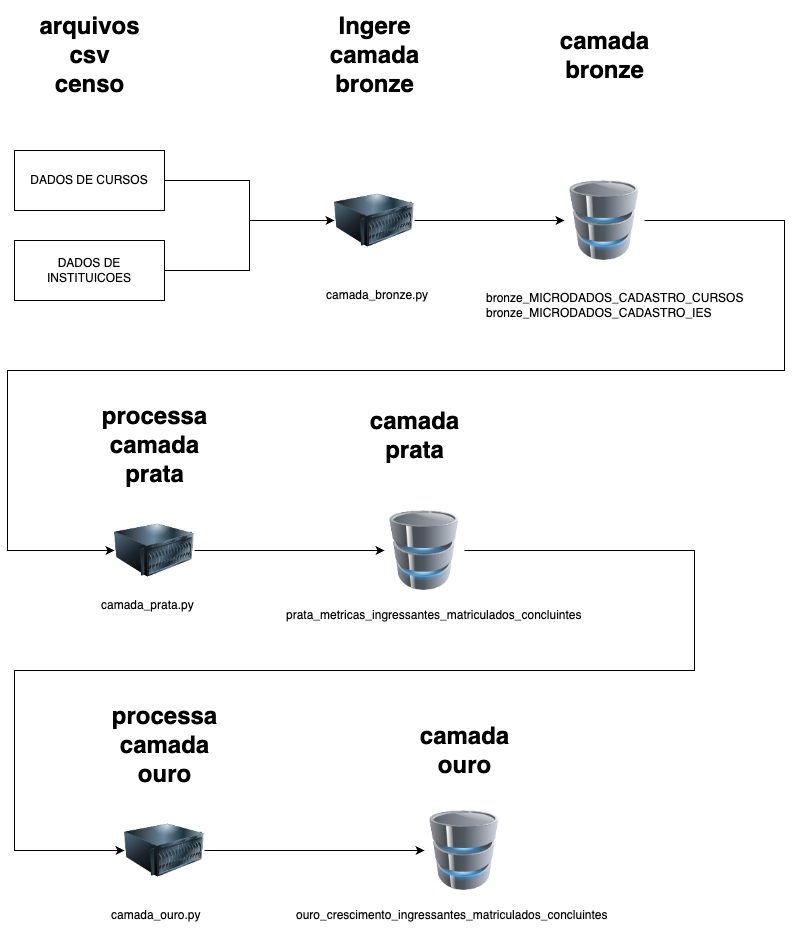
Before: arquitetura/arquitetura.drawio.png, a diagram exported from draw.io (brunoluz/senac-arquitetura-big-data). Source tidied: cells renumbered, new cells last; positions are measured from the earlier drawing's top-left corner, leaving out a move shared by most shapes. Its diagram source:
```xml
<mxGraphModel>
  <root>
    <mxCell id="0" />
    <mxCell id="1" parent="0" />
    <mxCell id="2" style="edgeStyle=orthogonalEdgeStyle;rounded=0;jettySize=auto;html=1;entryX=0;entryY=0.5;entryDx=0;entryDy=0;" parent="1" edge="1" source="3" target="7">
      <mxGeometry relative="1" as="geometry" />
    </mxCell>
    <mxCell id="3" value="DADOS DE CURSOS" style="rounded=0;whiteSpace=wrap;html=1;" parent="1" vertex="1">
      <mxGeometry x="7" y="150" width="150" height="60" as="geometry" />
    </mxCell>
    <mxCell id="4" style="edgeStyle=orthogonalEdgeStyle;rounded=0;jettySize=auto;html=1;entryX=0;entryY=0.5;entryDx=0;entryDy=0;" parent="1" edge="1" source="5" target="7">
      <mxGeometry relative="1" as="geometry" />
    </mxCell>
    <mxCell id="5" value="DADOS DE INSTITUICOES" style="rounded=0;whiteSpace=wrap;html=1;" parent="1" vertex="1">
      <mxGeometry x="7" y="240" width="150" height="60" as="geometry" />
    </mxCell>
    <mxCell id="6" style="edgeStyle=orthogonalEdgeStyle;rounded=0;jettySize=auto;html=1;" parent="1" edge="1" source="7" target="9">
      <mxGeometry relative="1" as="geometry" />
    </mxCell>
    <mxCell id="7" style="image;html=1;image=img/lib/clip_art/computers/Server_128x128.png;" parent="1" vertex="1">
      <mxGeometry x="327" y="180" width="80" height="80" as="geometry" />
    </mxCell>
    <mxCell id="8" style="edgeStyle=orthogonalEdgeStyle;rounded=0;jettySize=auto;html=1;entryX=0;entryY=0.5;entryDx=0;entryDy=0;exitX=1;exitY=0.5;exitDx=0;exitDy=0;" parent="1" edge="1" source="9" target="16">
      <mxGeometry relative="1" as="geometry">
        <Array as="points">
          <mxPoint x="777" y="220" />
          <mxPoint x="777" y="370" />
          <mxPoint y="370" />
          <mxPoint y="550" />
        </Array>
      </mxGeometry>
    </mxCell>
    <mxCell id="9" style="image;html=1;image=img/lib/clip_art/computers/Database_128x128.png;" parent="1" vertex="1">
      <mxGeometry x="557" y="180" width="80" height="80" as="geometry" />
    </mxCell>
    <mxCell id="10" value="Ingere&lt;br&gt;camada&lt;br&gt;bronze" style="text;strokeColor=none;fillColor=none;html=1;fontSize=24;fontStyle=1;verticalAlign=middle;align=center;" parent="1" vertex="1">
      <mxGeometry x="317" width="100" height="110" as="geometry" />
    </mxCell>
    <mxCell id="11" value="arquivos&lt;br&gt;csv&lt;br&gt;censo" style="text;strokeColor=none;fillColor=none;html=1;fontSize=24;fontStyle=1;verticalAlign=middle;align=center;" parent="1" vertex="1">
      <mxGeometry x="19.5" width="125" height="110" as="geometry" />
    </mxCell>
    <mxCell id="12" value="camada&lt;br&gt;bronze" style="text;strokeColor=none;fillColor=none;html=1;fontSize=24;fontStyle=1;verticalAlign=middle;align=center;" parent="1" vertex="1">
      <mxGeometry x="547" width="100" height="110" as="geometry" />
    </mxCell>
    <mxCell id="13" value="&lt;div&gt;bronze_MICRODADOS_CADASTRO_CURSOS&lt;/div&gt;&lt;div&gt;bronze_MICRODADOS_CADASTRO_IES&lt;/div&gt;" style="text;html=1;strokeColor=none;fillColor=none;align=left;verticalAlign=middle;whiteSpace=wrap;rounded=0;" parent="1" vertex="1">
      <mxGeometry x="477" y="290" width="280" height="30" as="geometry" />
    </mxCell>
    <mxCell id="14" style="edgeStyle=orthogonalEdgeStyle;rounded=0;orthogonalLoop=1;jettySize=auto;html=1;exitX=0.5;exitY=1;exitDx=0;exitDy=0;" parent="1" edge="1" source="13" target="13">
      <mxGeometry relative="1" as="geometry" />
    </mxCell>
    <mxCell id="15" style="edgeStyle=orthogonalEdgeStyle;rounded=0;jettySize=auto;html=1;" parent="1" edge="1" source="16" target="21">
      <mxGeometry relative="1" as="geometry" />
    </mxCell>
    <mxCell id="16" style="image;html=1;image=img/lib/clip_art/computers/Server_128x128.png;" parent="1" vertex="1">
      <mxGeometry x="107" y="510" width="80" height="80" as="geometry" />
    </mxCell>
    <mxCell id="17" value="&lt;div&gt;camada_bronze.py&lt;/div&gt;" style="text;html=1;strokeColor=none;fillColor=none;align=left;verticalAlign=middle;whiteSpace=wrap;rounded=0;" parent="1" vertex="1">
      <mxGeometry x="317" y="280" width="110" height="30" as="geometry" />
    </mxCell>
    <mxCell id="18" value="processa&lt;br&gt;camada&lt;br&gt;prata" style="text;strokeColor=none;fillColor=none;html=1;fontSize=24;fontStyle=1;verticalAlign=middle;align=center;" parent="1" vertex="1">
      <mxGeometry x="82" y="390" width="130" height="110" as="geometry" />
    </mxCell>
    <mxCell id="19" value="&lt;div&gt;camada_prata.py&lt;/div&gt;" style="text;html=1;strokeColor=none;fillColor=none;align=left;verticalAlign=middle;whiteSpace=wrap;rounded=0;" parent="1" vertex="1">
      <mxGeometry x="92" y="590" width="110" height="30" as="geometry" />
    </mxCell>
    <mxCell id="20" style="edgeStyle=orthogonalEdgeStyle;rounded=0;jettySize=auto;html=1;entryX=0;entryY=0.5;entryDx=0;entryDy=0;exitX=1;exitY=0.5;exitDx=0;exitDy=0;" parent="1" edge="1" source="21" target="25">
      <mxGeometry relative="1" as="geometry">
        <Array as="points">
          <mxPoint x="687" y="550" />
          <mxPoint x="687" y="670" />
          <mxPoint x="7" y="670" />
          <mxPoint x="7" y="850" />
        </Array>
      </mxGeometry>
    </mxCell>
    <mxCell id="21" style="image;html=1;image=img/lib/clip_art/computers/Database_128x128.png;" parent="1" vertex="1">
      <mxGeometry x="377" y="510" width="80" height="80" as="geometry" />
    </mxCell>
    <mxCell id="22" value="prata_metricas_ingressantes_matriculados_concluintes" style="text;html=1;strokeColor=none;fillColor=none;align=left;verticalAlign=middle;whiteSpace=wrap;rounded=0;" parent="1" vertex="1">
      <mxGeometry x="277" y="600" width="280" height="30" as="geometry" />
    </mxCell>
    <mxCell id="23" value="camada&lt;br&gt;prata" style="text;strokeColor=none;fillColor=none;html=1;fontSize=24;fontStyle=1;verticalAlign=middle;align=center;" parent="1" vertex="1">
      <mxGeometry x="357" y="380" width="100" height="110" as="geometry" />
    </mxCell>
    <mxCell id="24" style="edgeStyle=orthogonalEdgeStyle;rounded=0;jettySize=auto;html=1;" parent="1" edge="1" source="25" target="28">
      <mxGeometry relative="1" as="geometry" />
    </mxCell>
    <mxCell id="25" style="image;html=1;image=img/lib/clip_art/computers/Server_128x128.png;" parent="1" vertex="1">
      <mxGeometry x="117" y="810" width="80" height="80" as="geometry" />
    </mxCell>
    <mxCell id="26" value="processa&lt;br&gt;camada&lt;br&gt;ouro" style="text;strokeColor=none;fillColor=none;html=1;fontSize=24;fontStyle=1;verticalAlign=middle;align=center;" parent="1" vertex="1">
      <mxGeometry x="92" y="690" width="130" height="110" as="geometry" />
    </mxCell>
    <mxCell id="27" value="&lt;div&gt;camada_ouro.py&lt;/div&gt;" style="text;html=1;strokeColor=none;fillColor=none;align=left;verticalAlign=middle;whiteSpace=wrap;rounded=0;" parent="1" vertex="1">
      <mxGeometry x="102" y="900" width="110" height="30" as="geometry" />
    </mxCell>
    <mxCell id="28" style="image;html=1;image=img/lib/clip_art/computers/Database_128x128.png;" parent="1" vertex="1">
      <mxGeometry x="417" y="810" width="80" height="80" as="geometry" />
    </mxCell>
    <mxCell id="29" value="ouro_crescimento_ingressantes_matriculados_concluintes" style="text;html=1;strokeColor=none;fillColor=none;align=left;verticalAlign=middle;whiteSpace=wrap;rounded=0;" parent="1" vertex="1">
      <mxGeometry x="287" y="900" width="350" height="30" as="geometry" />
    </mxCell>
    <mxCell id="30" value="camada&lt;br&gt;ouro" style="text;strokeColor=none;fillColor=none;html=1;fontSize=24;fontStyle=1;verticalAlign=middle;align=center;" parent="1" vertex="1">
      <mxGeometry x="407" y="710" width="100" height="80" as="geometry" />
    </mxCell>
  </root>
</mxGraphModel>
```
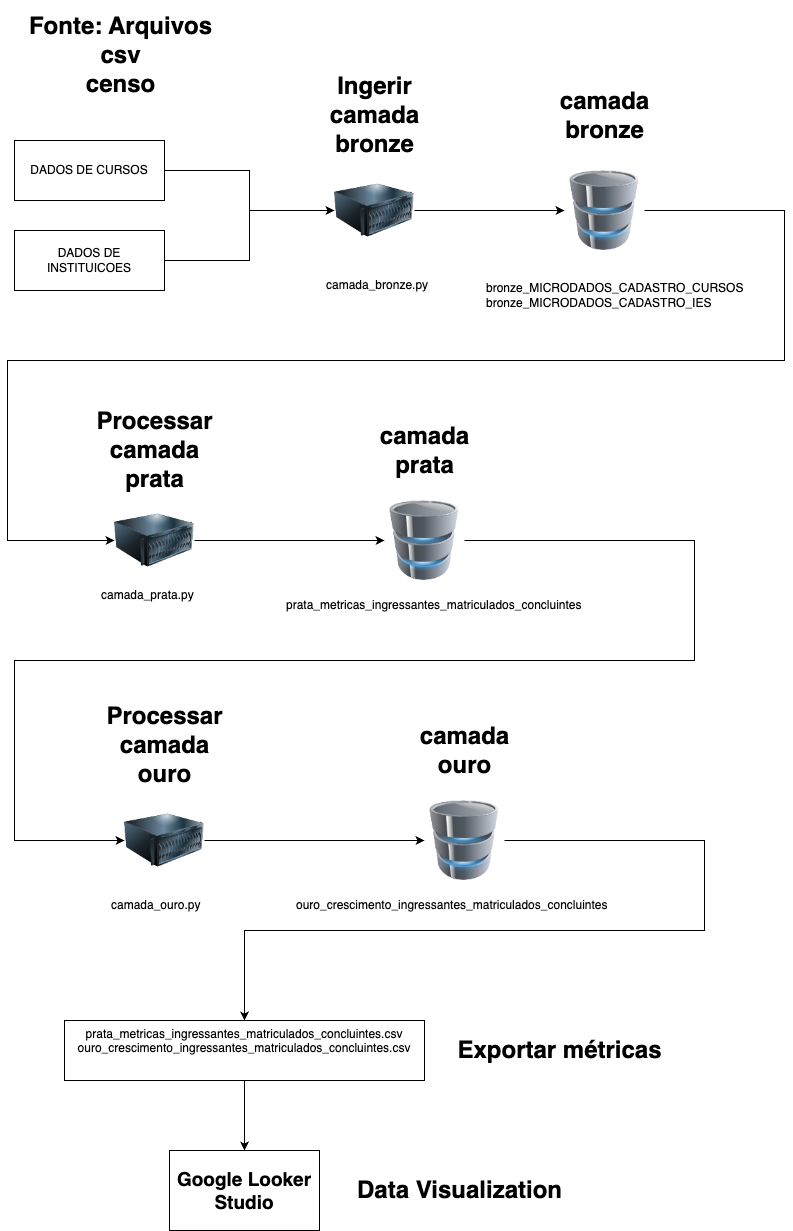
After the commit.

What changed in the source:
```diff
@@ -33,14 +33,14 @@
     <mxCell id="9" style="image;html=1;image=img/lib/clip_art/computers/Database_128x128.png;" parent="1" vertex="1">
       <mxGeometry x="557" y="180" width="80" height="80" as="geometry" />
     </mxCell>
-    <mxCell id="10" value="Ingere&lt;br&gt;camada&lt;br&gt;bronze" style="text;strokeColor=none;fillColor=none;html=1;fontSize=24;fontStyle=1;verticalAlign=middle;align=center;" parent="1" vertex="1">
-      <mxGeometry x="317" width="100" height="110" as="geometry" />
+    <mxCell id="10" value="Ingerir&lt;br&gt;camada&lt;br&gt;bronze" style="text;strokeColor=none;fillColor=none;html=1;fontSize=24;fontStyle=1;verticalAlign=middle;align=center;" parent="1" vertex="1">
+      <mxGeometry x="317" y="70" width="100" height="110" as="geometry" />
     </mxCell>
-    <mxCell id="11" value="arquivos&lt;br&gt;csv&lt;br&gt;censo" style="text;strokeColor=none;fillColor=none;html=1;fontSize=24;fontStyle=1;verticalAlign=middle;align=center;" parent="1" vertex="1">
-      <mxGeometry x="19.5" width="125" height="110" as="geometry" />
+    <mxCell id="11" value="Fonte: Arquivos&lt;br&gt;csv&lt;br&gt;censo" style="text;strokeColor=none;fillColor=none;html=1;fontSize=24;fontStyle=1;verticalAlign=middle;align=center;" parent="1" vertex="1">
+      <mxGeometry x="4.5" y="10" width="217.5" height="110" as="geometry" />
     </mxCell>
     <mxCell id="12" value="camada&lt;br&gt;bronze" style="text;strokeColor=none;fillColor=none;html=1;fontSize=24;fontStyle=1;verticalAlign=middle;align=center;" parent="1" vertex="1">
-      <mxGeometry x="547" width="100" height="110" as="geometry" />
+      <mxGeometry x="547" y="90" width="100" height="70" as="geometry" />
     </mxCell>
     <mxCell id="13" value="&lt;div&gt;bronze_MICRODADOS_CADASTRO_CURSOS&lt;/div&gt;&lt;div&gt;bronze_MICRODADOS_CADASTRO_IES&lt;/div&gt;" style="text;html=1;strokeColor=none;fillColor=none;align=left;verticalAlign=middle;whiteSpace=wrap;rounded=0;" parent="1" vertex="1">
       <mxGeometry x="477" y="290" width="280" height="30" as="geometry" />
@@ -57,8 +57,8 @@
     <mxCell id="17" value="&lt;div&gt;camada_bronze.py&lt;/div&gt;" style="text;html=1;strokeColor=none;fillColor=none;align=left;verticalAlign=middle;whiteSpace=wrap;rounded=0;" parent="1" vertex="1">
       <mxGeometry x="317" y="280" width="110" height="30" as="geometry" />
     </mxCell>
-    <mxCell id="18" value="processa&lt;br&gt;camada&lt;br&gt;prata" style="text;strokeColor=none;fillColor=none;html=1;fontSize=24;fontStyle=1;verticalAlign=middle;align=center;" parent="1" vertex="1">
-      <mxGeometry x="82" y="390" width="130" height="110" as="geometry" />
+    <mxCell id="18" value="Processar&lt;br&gt;camada&lt;br&gt;prata" style="text;strokeColor=none;fillColor=none;html=1;fontSize=24;fontStyle=1;verticalAlign=middle;align=center;" parent="1" vertex="1">
+      <mxGeometry x="82" y="405" width="130" height="110" as="geometry" />
     </mxCell>
     <mxCell id="19" value="&lt;div&gt;camada_prata.py&lt;/div&gt;" style="text;html=1;strokeColor=none;fillColor=none;align=left;verticalAlign=middle;whiteSpace=wrap;rounded=0;" parent="1" vertex="1">
       <mxGeometry x="92" y="590" width="110" height="30" as="geometry" />
@@ -77,10 +77,10 @@
       <mxGeometry x="377" y="510" width="80" height="80" as="geometry" />
     </mxCell>
     <mxCell id="22" value="prata_metricas_ingressantes_matriculados_concluintes" style="text;html=1;strokeColor=none;fillColor=none;align=left;verticalAlign=middle;whiteSpace=wrap;rounded=0;" parent="1" vertex="1">
-      <mxGeometry x="277" y="600" width="280" height="30" as="geometry" />
+      <mxGeometry x="277" y="600" width="310" height="30" as="geometry" />
     </mxCell>
     <mxCell id="23" value="camada&lt;br&gt;prata" style="text;strokeColor=none;fillColor=none;html=1;fontSize=24;fontStyle=1;verticalAlign=middle;align=center;" parent="1" vertex="1">
-      <mxGeometry x="357" y="380" width="100" height="110" as="geometry" />
+      <mxGeometry x="367" y="425" width="100" height="70" as="geometry" />
     </mxCell>
     <mxCell id="24" style="edgeStyle=orthogonalEdgeStyle;rounded=0;jettySize=auto;html=1;" parent="1" edge="1" source="25" target="28">
       <mxGeometry relative="1" as="geometry" />
@@ -88,12 +88,21 @@
     <mxCell id="25" style="image;html=1;image=img/lib/clip_art/computers/Server_128x128.png;" parent="1" vertex="1">
       <mxGeometry x="117" y="810" width="80" height="80" as="geometry" />
     </mxCell>
-    <mxCell id="26" value="processa&lt;br&gt;camada&lt;br&gt;ouro" style="text;strokeColor=none;fillColor=none;html=1;fontSize=24;fontStyle=1;verticalAlign=middle;align=center;" parent="1" vertex="1">
-      <mxGeometry x="92" y="690" width="130" height="110" as="geometry" />
+    <mxCell id="26" value="Processar&lt;br&gt;camada&lt;br&gt;ouro" style="text;strokeColor=none;fillColor=none;html=1;fontSize=24;fontStyle=1;verticalAlign=middle;align=center;" parent="1" vertex="1">
+      <mxGeometry x="92" y="700" width="130" height="110" as="geometry" />
     </mxCell>
     <mxCell id="27" value="&lt;div&gt;camada_ouro.py&lt;/div&gt;" style="text;html=1;strokeColor=none;fillColor=none;align=left;verticalAlign=middle;whiteSpace=wrap;rounded=0;" parent="1" vertex="1">
       <mxGeometry x="102" y="900" width="110" height="30" as="geometry" />
     </mxCell>
+    <mxCell id="31" style="edgeStyle=orthogonalEdgeStyle;rounded=0;jettySize=auto;html=1;exitX=1;exitY=0.5;exitDx=0;exitDy=0;" parent="1" edge="1" source="28" target="33">
+      <mxGeometry relative="1" as="geometry">
+        <Array as="points">
+          <mxPoint x="697" y="850" />
+          <mxPoint x="697" y="940" />
+          <mxPoint x="237" y="940" />
+        </Array>
+      </mxGeometry>
+    </mxCell>
     <mxCell id="28" style="image;html=1;image=img/lib/clip_art/computers/Database_128x128.png;" parent="1" vertex="1">
       <mxGeometry x="417" y="810" width="80" height="80" as="geometry" />
     </mxCell>
@@ -101,7 +110,22 @@
       <mxGeometry x="287" y="900" width="350" height="30" as="geometry" />
     </mxCell>
     <mxCell id="30" value="camada&lt;br&gt;ouro" style="text;strokeColor=none;fillColor=none;html=1;fontSize=24;fontStyle=1;verticalAlign=middle;align=center;" parent="1" vertex="1">
-      <mxGeometry x="407" y="710" width="100" height="80" as="geometry" />
+      <mxGeometry x="407" y="720" width="100" height="80" as="geometry" />
     </mxCell>
+    <mxCell id="32" style="edgeStyle=orthogonalEdgeStyle;rounded=0;jettySize=auto;html=1;" parent="1" edge="1" source="33" target="34">
+      <mxGeometry relative="1" as="geometry" />
+    </mxCell>
+    <mxCell id="33" value="prata_metricas_ingressantes_matriculados_concluintes.csv&lt;br&gt;ouro_crescimento_ingressantes_matriculados_concluintes.csv" style="whiteSpace=wrap;html=1;verticalAlign=top;labelBackgroundColor=default;align=center;" parent="1" vertex="1">
+      <mxGeometry x="57" y="1030" width="360" height="60" as="geometry" />
+    </mxCell>
+    <mxCell id="34" value="Google Looker Studio" style="rounded=0;whiteSpace=wrap;html=1;fontStyle=1;fontSize=19;" parent="1" vertex="1">
+      <mxGeometry x="162" y="1160" width="150" height="80" as="geometry" />
+    </mxCell>
+    <mxCell id="35" value="Exportar métricas" style="text;strokeColor=none;fillColor=none;html=1;fontSize=24;fontStyle=1;verticalAlign=middle;align=center;" parent="1" vertex="1">
+      <mxGeometry x="417" y="1020" width="270" height="80" as="geometry" />
+    </mxCell>
+    <mxCell id="36" value="Data Visualization" style="text;strokeColor=none;fillColor=none;html=1;fontSize=24;fontStyle=1;verticalAlign=middle;align=center;" parent="1" vertex="1">
+      <mxGeometry x="317" y="1160" width="270" height="80" as="geometry" />
+    </mxCell>
   </root>
 </mxGraphModel>
```
